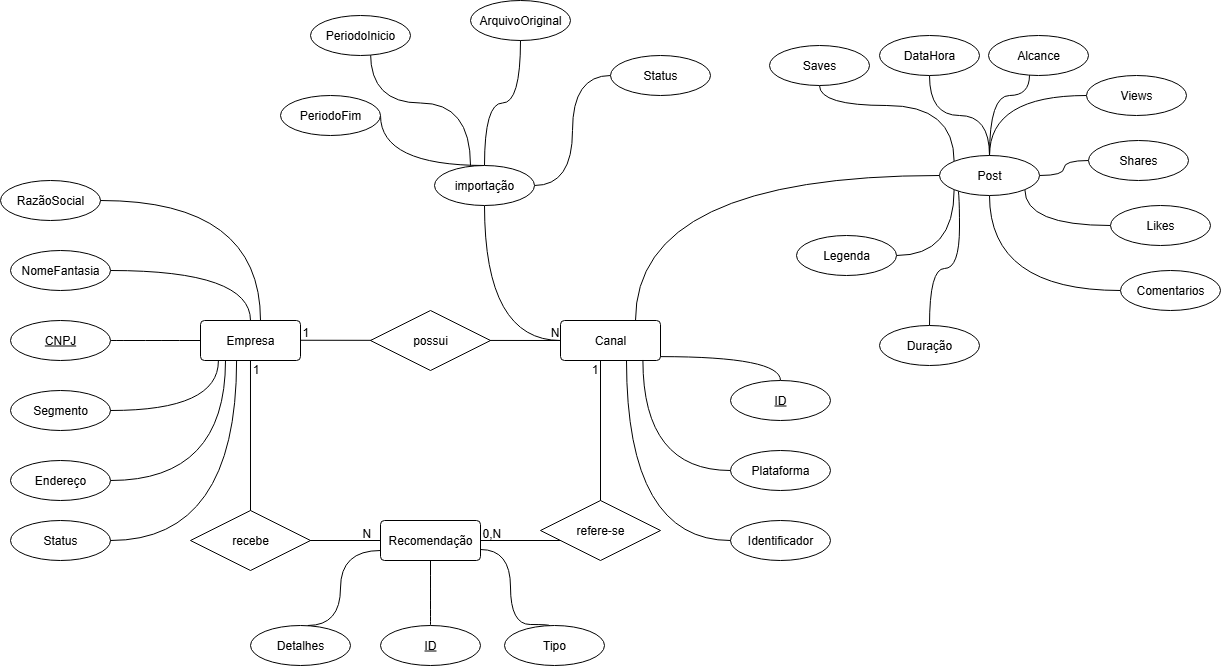
Above: Documentacao/Diagramas/Diagrama Entidade-Relacionamento .png in JooaoPedro15/Digitalize (draw.io), before the change. Source tidied: cells renumbered, new cells last; positions are measured from the earlier drawing's top-left corner, leaving out a move shared by most shapes.
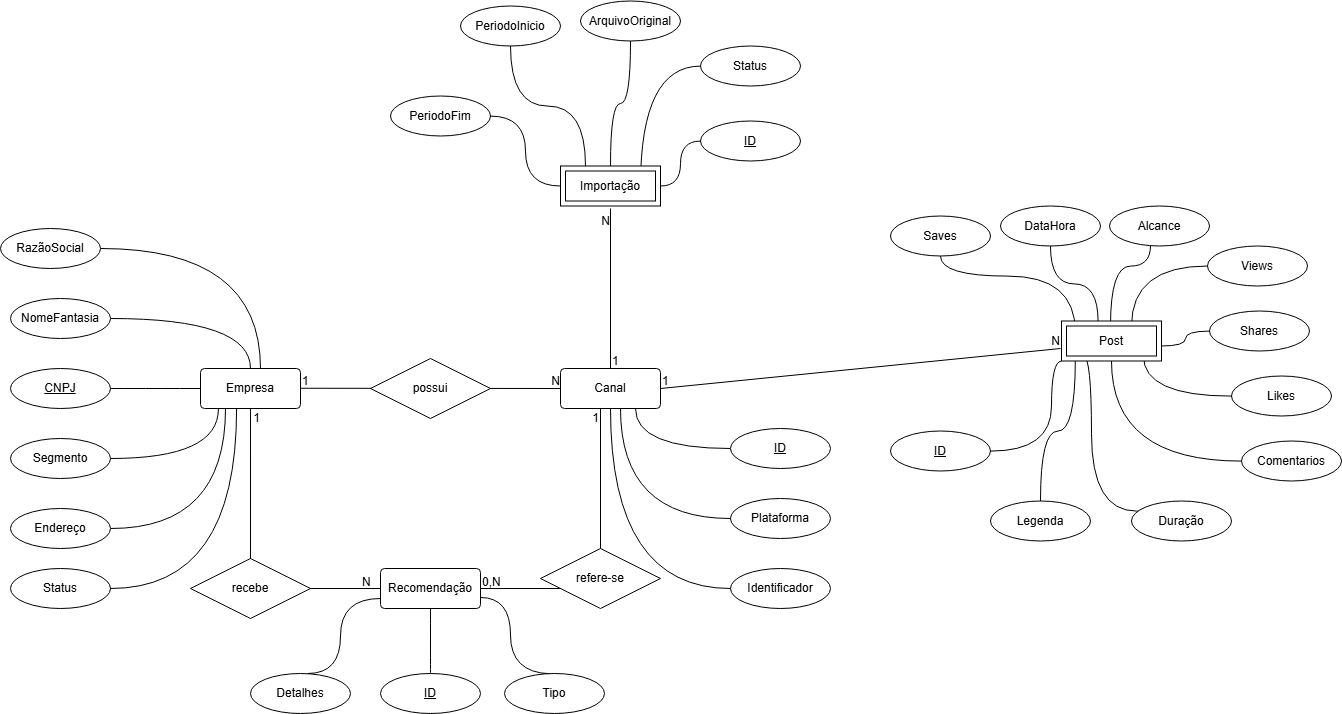
The same file after the commit.

What changed in the source:
```diff
@@ -5,9 +5,6 @@
     <mxCell id="2" value="Empresa" style="rounded=1;arcSize=10;whiteSpace=wrap;html=1;align=center;" parent="1" vertex="1">
       <mxGeometry x="200" y="320" width="100" height="40" as="geometry" />
     </mxCell>
-    <mxCell id="3" style="edgeStyle=orthogonalEdgeStyle;rounded=0;jettySize=auto;html=1;entryX=0.5;entryY=1;entryDx=0;entryDy=0;curved=1;endArrow=none;endFill=0;" parent="1" edge="1" source="4" target="69">
-      <mxGeometry relative="1" as="geometry" />
-    </mxCell>
     <mxCell id="4" value="Canal" style="rounded=1;arcSize=10;whiteSpace=wrap;html=1;align=center;" parent="1" vertex="1">
       <mxGeometry x="560" y="320" width="100" height="40" as="geometry" />
     </mxCell>
@@ -72,23 +69,30 @@
         <mxPoint x="10" y="17" as="offset" />
       </mxGeometry>
     </mxCell>
-    <mxCell id="17" style="endArrow=none;html=1;rounded=0;edgeStyle=orthogonalEdgeStyle;curved=1;exitX=0.998;exitY=0.903;exitDx=0;exitDy=0;exitPerimeter=0;" parent="1" edge="1" source="4" target="18">
-      <mxGeometry relative="1" as="geometry" />
-    </mxCell>
+    <mxCell id="72" style="edgeStyle=orthogonalEdgeStyle;rounded=0;jettySize=auto;html=1;entryX=0.75;entryY=1;entryDx=0;entryDy=0;curved=1;endArrow=none;endFill=0;" parent="1" edge="1" source="18" target="4">
+      <mxGeometry relative="1" as="geometry" />
+    </mxCell>
     <mxCell id="18" value="ID" style="ellipse;whiteSpace=wrap;html=1;align=center;fontStyle=4;" parent="1" vertex="1">
       <mxGeometry x="730" y="380" width="100" height="40" as="geometry" />
     </mxCell>
     <mxCell id="19" value="Plataforma" style="ellipse;whiteSpace=wrap;html=1;align=center;" parent="1" vertex="1">
       <mxGeometry x="730" y="450" width="100" height="40" as="geometry" />
     </mxCell>
-    <mxCell id="20" style="edgeStyle=orthogonalEdgeStyle;rounded=0;jettySize=auto;html=1;exitX=0;exitY=0.5;exitDx=0;exitDy=0;entryX=0.824;entryY=0.987;entryDx=0;entryDy=0;entryPerimeter=0;curved=1;endArrow=none;endFill=0;" parent="1" edge="1" source="19" target="4">
-      <mxGeometry relative="1" as="geometry" />
+    <mxCell id="20" style="edgeStyle=orthogonalEdgeStyle;rounded=0;jettySize=auto;html=1;exitX=0;exitY=0.5;exitDx=0;exitDy=0;entryX=0.824;entryY=0.987;entryDx=0;entryDy=0;entryPerimeter=0;curved=1;endArrow=none;endFill=0;" parent="1" edge="1" source="19">
+      <mxGeometry relative="1" as="geometry">
+        <mxPoint x="620" y="360" as="targetPoint" />
+        <Array as="points">
+          <mxPoint x="620" y="470" />
+        </Array>
+      </mxGeometry>
     </mxCell>
     <mxCell id="21" value="Identificador" style="ellipse;whiteSpace=wrap;html=1;align=center;" parent="1" vertex="1">
       <mxGeometry x="730" y="520" width="100" height="40" as="geometry" />
     </mxCell>
-    <mxCell id="22" style="edgeStyle=orthogonalEdgeStyle;rounded=0;jettySize=auto;html=1;entryX=0.66;entryY=1.002;entryDx=0;entryDy=0;entryPerimeter=0;curved=1;endArrow=none;endFill=0;" parent="1" edge="1" source="21" target="4">
-      <mxGeometry relative="1" as="geometry" />
+    <mxCell id="22" style="edgeStyle=orthogonalEdgeStyle;rounded=0;jettySize=auto;html=1;entryX=0.66;entryY=1.002;entryDx=0;entryDy=0;entryPerimeter=0;curved=1;endArrow=none;endFill=0;exitX=0;exitY=0.5;exitDx=0;exitDy=0;" parent="1" edge="1" source="21">
+      <mxGeometry relative="1" as="geometry">
+        <mxPoint x="610" y="360" as="targetPoint" />
+      </mxGeometry>
     </mxCell>
     <mxCell id="23" style="edgeStyle=orthogonalEdgeStyle;rounded=0;jettySize=auto;html=1;entryX=0.5;entryY=1;entryDx=0;entryDy=0;curved=1;endArrow=none;endFill=0;" parent="1" edge="1" source="24" target="5">
       <mxGeometry relative="1" as="geometry" />
@@ -163,110 +167,107 @@
       <mxGeometry relative="1" as="geometry" />
     </mxCell>
     <mxCell id="41" value="ArquivoOriginal" style="ellipse;whiteSpace=wrap;html=1;align=center;" parent="1" vertex="1">
-      <mxGeometry x="470" width="100" height="40" as="geometry" />
+      <mxGeometry x="580" y="-47.5" width="100" height="40" as="geometry" />
     </mxCell>
-    <mxCell id="42" style="edgeStyle=orthogonalEdgeStyle;rounded=0;jettySize=auto;html=1;entryX=0.5;entryY=0;entryDx=0;entryDy=0;curved=1;endArrow=none;endFill=0;" parent="1" edge="1" source="41" target="69">
+    <mxCell id="42" style="edgeStyle=orthogonalEdgeStyle;rounded=0;jettySize=auto;html=1;curved=1;endArrow=none;endFill=0;entryX=0.5;entryY=0;entryDx=0;entryDy=0;" parent="1" edge="1" source="41" target="76">
       <mxGeometry relative="1" as="geometry" />
     </mxCell>
-    <mxCell id="43" style="edgeStyle=orthogonalEdgeStyle;rounded=0;jettySize=auto;html=1;entryX=1;entryY=0.5;entryDx=0;entryDy=0;curved=1;endArrow=none;endFill=0;" parent="1" edge="1" source="44" target="69">
-      <mxGeometry relative="1" as="geometry" />
+    <mxCell id="43" style="edgeStyle=orthogonalEdgeStyle;rounded=0;jettySize=auto;html=1;curved=1;endArrow=none;endFill=0;entryX=1;entryY=0.5;entryDx=0;entryDy=0;" parent="1" edge="1" source="44">
+      <mxGeometry relative="1" as="geometry">
+        <mxPoint x="640" y="137.5" as="targetPoint" />
+      </mxGeometry>
     </mxCell>
     <mxCell id="44" value="Status" style="ellipse;whiteSpace=wrap;html=1;align=center;" parent="1" vertex="1">
-      <mxGeometry x="610" y="55" width="100" height="40" as="geometry" />
+      <mxGeometry x="700" y="-2.5" width="100" height="40" as="geometry" />
     </mxCell>
-    <mxCell id="45" style="edgeStyle=orthogonalEdgeStyle;rounded=0;orthogonalLoop=1;jettySize=auto;html=1;curved=1;endArrow=none;endFill=0;" parent="1" edge="1">
-      <mxGeometry relative="1" as="geometry">
-        <mxPoint x="370" y="52.5" as="sourcePoint" />
-        <mxPoint x="470" y="165" as="targetPoint" />
-        <Array as="points">
-          <mxPoint x="370" y="102.5" />
-          <mxPoint x="470" y="102.5" />
-        </Array>
-      </mxGeometry>
-    </mxCell>
     <mxCell id="46" value="PeriodoInicio" style="ellipse;whiteSpace=wrap;html=1;align=center;" parent="1" vertex="1">
-      <mxGeometry x="310" y="15" width="100" height="40" as="geometry" />
+      <mxGeometry x="460" y="-42.5" width="100" height="40" as="geometry" />
     </mxCell>
-    <mxCell id="47" style="edgeStyle=orthogonalEdgeStyle;rounded=0;jettySize=auto;html=1;entryX=0.5;entryY=0;entryDx=0;entryDy=0;curved=1;endArrow=none;endFill=0;" parent="1" edge="1" source="48" target="69">
-      <mxGeometry relative="1" as="geometry">
-        <Array as="points">
-          <mxPoint x="380" y="165" />
-        </Array>
-      </mxGeometry>
-    </mxCell>
+    <mxCell id="73" style="edgeStyle=orthogonalEdgeStyle;rounded=0;jettySize=auto;html=1;entryX=0;entryY=0.5;entryDx=0;entryDy=0;curved=1;endArrow=none;endFill=0;" parent="1" edge="1" source="48" target="76">
+      <mxGeometry relative="1" as="geometry" />
+    </mxCell>
     <mxCell id="48" value="PeriodoFim" style="ellipse;whiteSpace=wrap;html=1;align=center;" parent="1" vertex="1">
-      <mxGeometry x="280" y="95" width="100" height="40" as="geometry" />
+      <mxGeometry x="390" y="47.5" width="100" height="40" as="geometry" />
     </mxCell>
-    <mxCell id="49" style="edgeStyle=orthogonalEdgeStyle;rounded=0;jettySize=auto;html=1;entryX=0.5;entryY=0;entryDx=0;entryDy=0;curved=1;endArrow=none;endFill=0;" parent="1" edge="1" source="50" target="71">
-      <mxGeometry relative="1" as="geometry" />
-    </mxCell>
     <mxCell id="50" value="DataHora" style="ellipse;whiteSpace=wrap;html=1;align=center;" parent="1" vertex="1">
-      <mxGeometry x="879" y="35" width="100" height="40" as="geometry" />
+      <mxGeometry x="1000" y="157.5" width="100" height="40" as="geometry" />
     </mxCell>
     <mxCell id="51" value="Alcance" style="ellipse;whiteSpace=wrap;html=1;align=center;" parent="1" vertex="1">
-      <mxGeometry x="988" y="35" width="100" height="40" as="geometry" />
+      <mxGeometry x="1109" y="157.5" width="100" height="40" as="geometry" />
     </mxCell>
-    <mxCell id="52" style="edgeStyle=orthogonalEdgeStyle;rounded=0;jettySize=auto;html=1;curved=1;endArrow=none;endFill=0;" parent="1" edge="1" source="51" target="71">
+    <mxCell id="52" style="edgeStyle=orthogonalEdgeStyle;rounded=0;jettySize=auto;html=1;curved=1;endArrow=none;endFill=0;" parent="1" edge="1" source="51">
       <mxGeometry relative="1" as="geometry">
+        <mxPoint x="1110" y="277.5" as="targetPoint" />
         <Array as="points">
-          <mxPoint x="1029" y="95" />
-          <mxPoint x="989" y="95" />
+          <mxPoint x="1150" y="217.5" />
+          <mxPoint x="1110" y="217.5" />
         </Array>
       </mxGeometry>
     </mxCell>
-    <mxCell id="53" style="edgeStyle=orthogonalEdgeStyle;rounded=0;jettySize=auto;html=1;curved=1;endArrow=none;endFill=0;" parent="1" edge="1" source="54" target="71">
-      <mxGeometry relative="1" as="geometry" />
+    <mxCell id="53" style="edgeStyle=orthogonalEdgeStyle;rounded=0;jettySize=auto;html=1;curved=1;endArrow=none;endFill=0;exitX=0;exitY=0.5;exitDx=0;exitDy=0;" parent="1" edge="1" source="54">
+      <mxGeometry relative="1" as="geometry">
+        <mxPoint x="1131" y="277.5" as="targetPoint" />
+      </mxGeometry>
     </mxCell>
     <mxCell id="54" value="Views" style="ellipse;whiteSpace=wrap;html=1;align=center;" parent="1" vertex="1">
-      <mxGeometry x="1086" y="75" width="100" height="40" as="geometry" />
+      <mxGeometry x="1207" y="197.5" width="100" height="40" as="geometry" />
     </mxCell>
-    <mxCell id="55" style="edgeStyle=orthogonalEdgeStyle;rounded=0;jettySize=auto;html=1;curved=1;endArrow=none;endFill=0;" parent="1" edge="1" source="56" target="71">
-      <mxGeometry relative="1" as="geometry" />
+    <mxCell id="55" style="edgeStyle=orthogonalEdgeStyle;rounded=0;jettySize=auto;html=1;curved=1;endArrow=none;endFill=0;" parent="1" edge="1" source="56">
+      <mxGeometry relative="1" as="geometry">
+        <mxPoint x="1160" y="297.5" as="targetPoint" />
+      </mxGeometry>
     </mxCell>
     <mxCell id="56" value="Shares" style="ellipse;whiteSpace=wrap;html=1;align=center;" parent="1" vertex="1">
-      <mxGeometry x="1088" y="140" width="100" height="40" as="geometry" />
+      <mxGeometry x="1209" y="262.5" width="100" height="40" as="geometry" />
     </mxCell>
-    <mxCell id="57" style="edgeStyle=orthogonalEdgeStyle;rounded=0;jettySize=auto;html=1;entryX=1;entryY=1;entryDx=0;entryDy=0;curved=1;endArrow=none;endFill=0;" parent="1" edge="1" source="58" target="71">
-      <mxGeometry relative="1" as="geometry" />
+    <mxCell id="57" style="edgeStyle=orthogonalEdgeStyle;rounded=0;jettySize=auto;html=1;entryX=0.819;entryY=0.874;entryDx=0;entryDy=0;curved=1;endArrow=none;endFill=0;entryPerimeter=0;" parent="1" edge="1" source="58">
+      <mxGeometry relative="1" as="geometry">
+        <mxPoint x="1142.9" y="307.5" as="targetPoint" />
+      </mxGeometry>
     </mxCell>
     <mxCell id="58" value="Likes" style="ellipse;whiteSpace=wrap;html=1;align=center;" parent="1" vertex="1">
-      <mxGeometry x="1110" y="205" width="100" height="40" as="geometry" />
+      <mxGeometry x="1231" y="327.5" width="100" height="40" as="geometry" />
     </mxCell>
-    <mxCell id="59" style="edgeStyle=orthogonalEdgeStyle;rounded=0;jettySize=auto;html=1;entryX=0.5;entryY=1;entryDx=0;entryDy=0;curved=1;endArrow=none;endFill=0;" parent="1" edge="1" source="60" target="71">
-      <mxGeometry relative="1" as="geometry" />
+    <mxCell id="59" style="edgeStyle=orthogonalEdgeStyle;rounded=0;jettySize=auto;html=1;entryX=0.5;entryY=1;entryDx=0;entryDy=0;curved=1;endArrow=none;endFill=0;" parent="1" edge="1" source="60">
+      <mxGeometry relative="1" as="geometry">
+        <mxPoint x="1111" y="312.5" as="targetPoint" />
+      </mxGeometry>
     </mxCell>
     <mxCell id="60" value="Comentarios" style="ellipse;whiteSpace=wrap;html=1;align=center;" parent="1" vertex="1">
-      <mxGeometry x="1120" y="270" width="100" height="40" as="geometry" />
+      <mxGeometry x="1241" y="392.5" width="100" height="40" as="geometry" />
     </mxCell>
-    <mxCell id="61" style="edgeStyle=orthogonalEdgeStyle;rounded=0;jettySize=auto;html=1;entryX=0;entryY=0;entryDx=0;entryDy=0;curved=1;endArrow=none;endFill=0;" parent="1" edge="1" source="62" target="71">
+    <mxCell id="61" style="edgeStyle=orthogonalEdgeStyle;rounded=0;jettySize=auto;html=1;entryX=0;entryY=0;entryDx=0;entryDy=0;curved=1;endArrow=none;endFill=0;" parent="1" edge="1" source="62">
       <mxGeometry relative="1" as="geometry">
+        <mxPoint x="1074.8" y="283.3" as="targetPoint" />
         <Array as="points">
-          <mxPoint x="819" y="105" />
-          <mxPoint x="954" y="105" />
+          <mxPoint x="940" y="227.5" />
+          <mxPoint x="1075" y="227.5" />
         </Array>
       </mxGeometry>
     </mxCell>
     <mxCell id="62" value="Saves" style="ellipse;whiteSpace=wrap;html=1;align=center;" parent="1" vertex="1">
-      <mxGeometry x="769" y="45" width="100" height="40" as="geometry" />
+      <mxGeometry x="890" y="167.5" width="100" height="40" as="geometry" />
     </mxCell>
-    <mxCell id="63" style="edgeStyle=orthogonalEdgeStyle;rounded=0;jettySize=auto;html=1;entryX=0;entryY=1;entryDx=0;entryDy=0;curved=1;endArrow=none;endFill=0;" parent="1" edge="1" source="64" target="71">
+    <mxCell id="63" style="edgeStyle=orthogonalEdgeStyle;rounded=0;jettySize=auto;html=1;entryX=0;entryY=1;entryDx=0;entryDy=0;curved=1;endArrow=none;endFill=0;exitX=0.5;exitY=0;exitDx=0;exitDy=0;" parent="1" edge="1" source="64">
       <mxGeometry relative="1" as="geometry">
+        <mxPoint x="1074.8" y="311.7" as="targetPoint" />
         <Array as="points">
-          <mxPoint x="929" y="268" />
-          <mxPoint x="959" y="268" />
-          <mxPoint x="959" y="185" />
-          <mxPoint x="954" y="185" />
+          <mxPoint x="1091" y="462.5" />
+          <mxPoint x="1091" y="307.5" />
+          <mxPoint x="1075" y="307.5" />
         </Array>
       </mxGeometry>
     </mxCell>
     <mxCell id="64" value="Duração" style="ellipse;whiteSpace=wrap;html=1;align=center;" parent="1" vertex="1">
-      <mxGeometry x="879" y="325" width="100" height="40" as="geometry" />
+      <mxGeometry x="1131" y="452.5" width="100" height="40" as="geometry" />
     </mxCell>
-    <mxCell id="65" style="edgeStyle=orthogonalEdgeStyle;rounded=0;jettySize=auto;html=1;entryX=0;entryY=1;entryDx=0;entryDy=0;curved=1;endArrow=none;endFill=0;" parent="1" edge="1" source="66" target="71">
-      <mxGeometry relative="1" as="geometry" />
+    <mxCell id="65" style="edgeStyle=orthogonalEdgeStyle;rounded=0;jettySize=auto;html=1;entryX=0;entryY=1;entryDx=0;entryDy=0;curved=1;endArrow=none;endFill=0;" parent="1" edge="1" source="66">
+      <mxGeometry relative="1" as="geometry">
+        <mxPoint x="1074.8" y="311.7" as="targetPoint" />
+      </mxGeometry>
     </mxCell>
     <mxCell id="66" value="Legenda" style="ellipse;whiteSpace=wrap;html=1;align=center;" parent="1" vertex="1">
-      <mxGeometry x="796" y="235" width="100" height="40" as="geometry" />
+      <mxGeometry x="990" y="452.5" width="100" height="40" as="geometry" />
     </mxCell>
     <mxCell id="67" value="recebe" style="shape=rhombus;perimeter=rhombusPerimeter;whiteSpace=wrap;html=1;align=center;" parent="1" vertex="1">
       <mxGeometry x="190" y="510" width="120" height="60" as="geometry" />
@@ -274,14 +275,60 @@
     <mxCell id="68" value="refere-se" style="shape=rhombus;perimeter=rhombusPerimeter;whiteSpace=wrap;html=1;align=center;" parent="1" vertex="1">
       <mxGeometry x="540" y="500" width="120" height="60" as="geometry" />
     </mxCell>
-    <mxCell id="69" value="importação" style="ellipse;whiteSpace=wrap;html=1;align=center;" parent="1" vertex="1">
-      <mxGeometry x="434" y="165" width="100" height="40" as="geometry" />
-    </mxCell>
-    <mxCell id="70" style="edgeStyle=orthogonalEdgeStyle;rounded=0;jettySize=auto;html=1;entryX=0.75;entryY=0;entryDx=0;entryDy=0;curved=1;endArrow=none;endFill=0;" parent="1" edge="1" source="71" target="4">
-      <mxGeometry relative="1" as="geometry" />
-    </mxCell>
+    <mxCell id="74" style="edgeStyle=orthogonalEdgeStyle;rounded=0;jettySize=auto;html=1;entryX=0.25;entryY=0;entryDx=0;entryDy=0;curved=1;endArrow=none;endFill=0;" parent="1" edge="1" source="46" target="76">
+      <mxGeometry relative="1" as="geometry" />
+    </mxCell>
+    <mxCell id="75" style="edgeStyle=orthogonalEdgeStyle;rounded=0;jettySize=auto;html=1;curved=1;endArrow=none;endFill=0;entryX=0.366;entryY=0.019;entryDx=0;entryDy=0;entryPerimeter=0;" parent="1" edge="1" source="50">
+      <mxGeometry relative="1" as="geometry">
+        <mxPoint x="1097.6" y="273.3" as="targetPoint" />
+      </mxGeometry>
+    </mxCell>
+    <mxCell id="76" value="Importação" style="shape=ext;margin=3;double=1;whiteSpace=wrap;html=1;align=center;" parent="1" vertex="1">
+      <mxGeometry x="560" y="117.5" width="100" height="40" as="geometry" />
+    </mxCell>
+    <mxCell id="77" style="edgeStyle=orthogonalEdgeStyle;rounded=0;jettySize=auto;html=1;entryX=1;entryY=0.5;entryDx=0;entryDy=0;curved=1;endArrow=none;endFill=0;" parent="1" edge="1" source="78" target="76">
+      <mxGeometry relative="1" as="geometry" />
+    </mxCell>
+    <mxCell id="78" value="&lt;u&gt;ID&lt;/u&gt;" style="ellipse;whiteSpace=wrap;html=1;align=center;" parent="1" vertex="1">
+      <mxGeometry x="700" y="72.5" width="100" height="40" as="geometry" />
+    </mxCell>
-    <mxCell id="71" value="Post" style="ellipse;whiteSpace=wrap;html=1;align=center;" parent="1" vertex="1">
-      <mxGeometry x="939" y="155" width="100" height="40" as="geometry" />
+    <mxCell id="71" value="Post" style="shape=ext;margin=3;double=1;whiteSpace=wrap;html=1;align=center;" parent="1" vertex="1">
+      <mxGeometry x="1061" y="272.5" width="100" height="40" as="geometry" />
     </mxCell>
+    <mxCell id="79" style="edgeStyle=orthogonalEdgeStyle;rounded=0;jettySize=auto;html=1;curved=1;endArrow=none;endFill=0;" parent="1" edge="1" source="80" target="71">
+      <mxGeometry relative="1" as="geometry">
+        <Array as="points">
+          <mxPoint x="1051" y="402.5" />
+          <mxPoint x="1051" y="312.5" />
+        </Array>
+      </mxGeometry>
+    </mxCell>
+    <mxCell id="80" value="ID" style="ellipse;whiteSpace=wrap;html=1;align=center;fontStyle=4;" parent="1" vertex="1">
+      <mxGeometry x="890" y="382.5" width="100" height="40" as="geometry" />
+    </mxCell>
+    <mxCell id="81" style="endArrow=none;html=1;rounded=0;exitX=0.5;exitY=0;exitDx=0;exitDy=0;" parent="1" edge="1" source="4">
+      <mxGeometry relative="1" as="geometry">
+        <mxPoint x="610" y="160" as="targetPoint" />
+      </mxGeometry>
+    </mxCell>
+    <mxCell id="82" value="1" style="html=1;whiteSpace=wrap;align=left;verticalAlign=bottom;" parent="81" vertex="1">
+      <mxGeometry x="-1" relative="1" as="geometry" />
+    </mxCell>
+    <mxCell id="83" value="N" style="html=1;whiteSpace=wrap;align=right;verticalAlign=bottom;" parent="81" vertex="1">
+      <mxGeometry x="1" relative="1" as="geometry">
+        <mxPoint y="20" as="offset" />
+      </mxGeometry>
+    </mxCell>
+    <mxCell id="84" style="endArrow=none;html=1;rounded=0;exitX=1;exitY=0.5;exitDx=0;exitDy=0;" parent="1" edge="1" source="4">
+      <mxGeometry relative="1" as="geometry">
+        <mxPoint x="1060" y="300" as="targetPoint" />
+      </mxGeometry>
+    </mxCell>
+    <mxCell id="85" value="1" style="html=1;whiteSpace=wrap;align=left;verticalAlign=bottom;" parent="84" vertex="1">
+      <mxGeometry x="-1" relative="1" as="geometry" />
+    </mxCell>
+    <mxCell id="86" value="N" style="html=1;whiteSpace=wrap;align=right;verticalAlign=bottom;" parent="84" vertex="1">
+      <mxGeometry x="1" relative="1" as="geometry" />
+    </mxCell>
   </root>
 </mxGraphModel>
```
